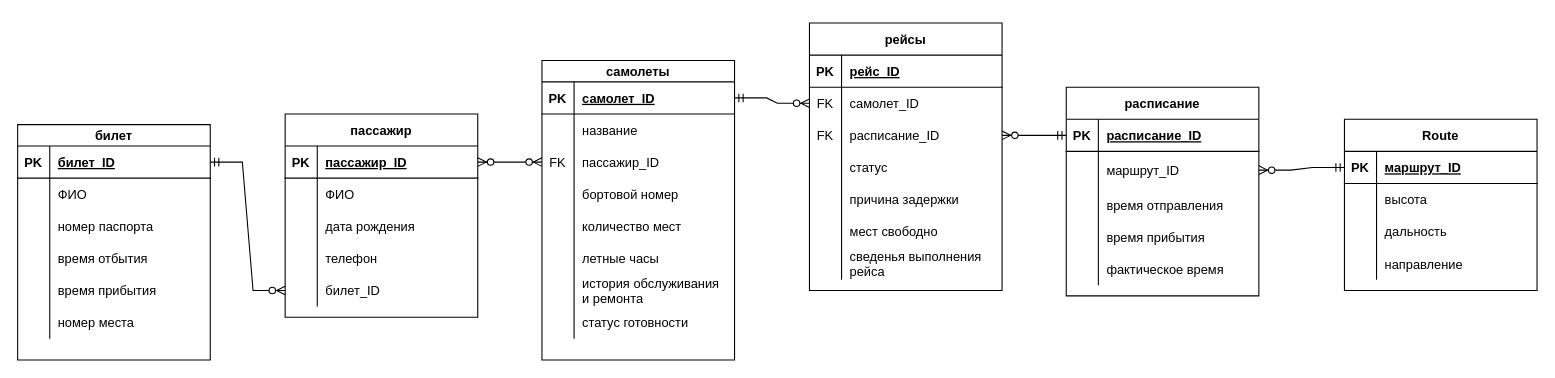
1DeMeNToR1/RocketModUpdater_32 keeps this draw.io diagram as ERRR.drawio. Above is the earlier version. Source tidied: cells renumbered, new cells numbered last; positions are measured from the earlier drawing's top-left corner, leaving out a move shared by most shapes. Both pictures are drawn from the tidied source at 107%, with x=0, y=0 at pixel (17, 22).
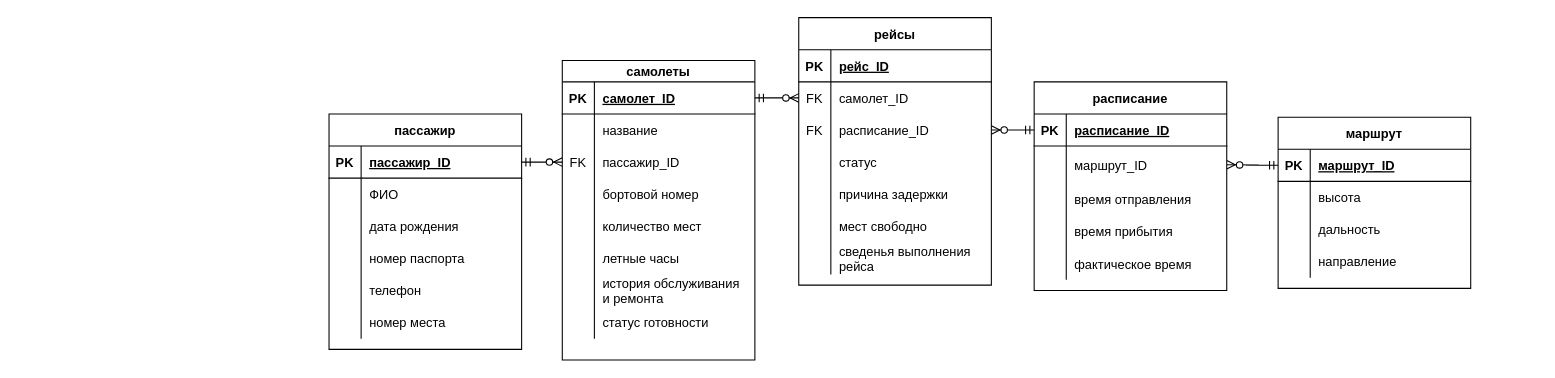
The same page after the edit.

The change refers to these unchanged cells:
```xml
<mxCell id="9" style="shape=tableRow;horizontal=0;startSize=0;swimlaneHead=0;swimlaneBody=0;fillColor=none;points=[[0,0.5],[1,0.5]];portConstraint=eastwest;top=0;left=0;right=0;bottom=0;" parent="2" vertex="1">
  <mxGeometry y="80" width="180" height="30" as="geometry" />
</mxCell>
<mxCell id="47" style="shape=tableRow;horizontal=0;startSize=0;swimlaneHead=0;swimlaneBody=0;fillColor=none;points=[[0,0.5],[1,0.5]];portConstraint=eastwest;top=0;left=0;right=0;bottom=1;" parent="46" vertex="1">
  <mxGeometry y="30" width="180" height="30" as="geometry" />
</mxCell>
```

Diff of the diagram source:
```diff
@@
     <mxCell id="2" value="самолеты" style="shape=table;startSize=20;childLayout=tableLayout;rowLines=0;fontStyle=1;align=center;" parent="1" vertex="1">
-      <mxGeometry x="490" y="35" width="180" height="280" as="geometry" />
+      <mxGeometry x="509" y="35" width="180" height="280" as="geometry" />
     </mxCell>
@@
-    <mxCell id="27" value="билет" style="shape=table;startSize=20;childLayout=tableLayout;rowLines=0;fontStyle=1;align=center;" parent="1" vertex="1">
-      <mxGeometry y="95" width="180" height="220" as="geometry" />
-    </mxCell>
-    <mxCell id="28" style="shape=tableRow;horizontal=0;startSize=0;swimlaneHead=0;swimlaneBody=0;fillColor=none;points=[[0,0.5],[1,0.5]];portConstraint=eastwest;top=0;left=0;right=0;bottom=1;" parent="27" vertex="1">
-      <mxGeometry y="20" width="180" height="30" as="geometry" />
-    </mxCell>
-    <mxCell id="29" value="PK" style="shape=partialRectangle;fillColor=none;top=0;left=0;bottom=0;right=0;fontStyle=1;overflow=hidden;" parent="28" vertex="1">
-      <mxGeometry width="30" height="30" as="geometry" />
-    </mxCell>
-    <mxCell id="30" value="билет_ID" style="shape=partialRectangle;fillColor=none;top=0;left=0;bottom=0;right=0;align=left;spacingLeft=6;fontStyle=5;overflow=hidden;" parent="28" vertex="1">
-      <mxGeometry x="30" width="150" height="30" as="geometry" />
-    </mxCell>
-    <mxCell id="31" style="shape=tableRow;horizontal=0;startSize=0;swimlaneHead=0;swimlaneBody=0;fillColor=none;top=0;left=0;right=0;bottom=0;" parent="27" vertex="1">
-      <mxGeometry y="50" width="180" height="30" as="geometry" />
-    </mxCell>
-    <mxCell id="32" style="shape=partialRectangle;fillColor=none;top=0;left=0;bottom=0;right=0;overflow=hidden;" parent="31" vertex="1">
-      <mxGeometry width="30" height="30" as="geometry" />
-    </mxCell>
-    <mxCell id="33" value="ФИО" style="shape=partialRectangle;fillColor=none;top=0;left=0;bottom=0;right=0;align=left;spacingLeft=6;overflow=hidden;" parent="31" vertex="1">
-      <mxGeometry x="30" width="150" height="30" as="geometry" />
-    </mxCell>
-    <mxCell id="34" style="shape=tableRow;horizontal=0;startSize=0;swimlaneHead=0;swimlaneBody=0;fillColor=none;top=0;left=0;right=0;bottom=0;" parent="27" vertex="1">
-      <mxGeometry y="80" width="180" height="30" as="geometry" />
-    </mxCell>
-    <mxCell id="35" style="shape=partialRectangle;fillColor=none;top=0;left=0;bottom=0;right=0;overflow=hidden;" parent="34" vertex="1">
-      <mxGeometry width="30" height="30" as="geometry" />
-    </mxCell>
-    <mxCell id="36" value="номер паспорта" style="shape=partialRectangle;fillColor=none;top=0;left=0;bottom=0;right=0;align=left;spacingLeft=6;overflow=hidden;" parent="34" vertex="1">
-      <mxGeometry x="30" width="150" height="30" as="geometry" />
-    </mxCell>
-    <mxCell id="37" style="shape=tableRow;horizontal=0;startSize=0;swimlaneHead=0;swimlaneBody=0;fillColor=none;top=0;left=0;right=0;bottom=0;" parent="27" vertex="1">
-      <mxGeometry y="110" width="180" height="30" as="geometry" />
-    </mxCell>
-    <mxCell id="38" style="shape=partialRectangle;fillColor=none;top=0;left=0;bottom=0;right=0;overflow=hidden;" parent="37" vertex="1">
-      <mxGeometry width="30" height="30" as="geometry" />
-    </mxCell>
-    <mxCell id="39" value="время отбытия" style="shape=partialRectangle;fillColor=none;top=0;left=0;bottom=0;right=0;align=left;spacingLeft=6;overflow=hidden;" parent="37" vertex="1">
-      <mxGeometry x="30" width="150" height="30" as="geometry" />
-    </mxCell>
-    <mxCell id="40" style="shape=tableRow;horizontal=0;startSize=0;swimlaneHead=0;swimlaneBody=0;fillColor=none;top=0;left=0;right=0;bottom=0;" parent="27" vertex="1">
-      <mxGeometry y="140" width="180" height="30" as="geometry" />
-    </mxCell>
-    <mxCell id="41" style="shape=partialRectangle;fillColor=none;top=0;left=0;bottom=0;right=0;overflow=hidden;" parent="40" vertex="1">
-      <mxGeometry width="30" height="30" as="geometry" />
-    </mxCell>
-    <mxCell id="42" value="время прибытия" style="shape=partialRectangle;fillColor=none;top=0;left=0;bottom=0;right=0;align=left;spacingLeft=6;overflow=hidden;" parent="40" vertex="1">
-      <mxGeometry x="30" width="150" height="30" as="geometry" />
-    </mxCell>
-    <mxCell id="43" style="shape=tableRow;horizontal=0;startSize=0;swimlaneHead=0;swimlaneBody=0;fillColor=none;top=0;left=0;right=0;bottom=0;" parent="27" vertex="1">
-      <mxGeometry y="170" width="180" height="30" as="geometry" />
-    </mxCell>
-    <mxCell id="44" style="shape=partialRectangle;fillColor=none;top=0;left=0;bottom=0;right=0;overflow=hidden;" parent="43" vertex="1">
-      <mxGeometry width="30" height="30" as="geometry" />
-    </mxCell>
-    <mxCell id="45" value="номер места" style="shape=partialRectangle;fillColor=none;top=0;left=0;bottom=0;right=0;align=left;spacingLeft=6;overflow=hidden;" parent="43" vertex="1">
-      <mxGeometry x="30" width="150" height="30" as="geometry" />
-    </mxCell>
     <mxCell id="46" value="пассажир" style="shape=table;startSize=30;childLayout=tableLayout;rowLines=0;fontStyle=1;align=center;" parent="1" vertex="1">
-      <mxGeometry x="250" y="85" width="180" height="190" as="geometry" />
+      <mxGeometry x="291" y="85" width="180" height="220" as="geometry" />
     </mxCell>
@@
+    <mxCell id="34" style="shape=tableRow;horizontal=0;startSize=0;swimlaneHead=0;swimlaneBody=0;fillColor=none;top=0;left=0;right=0;bottom=0;" parent="46" vertex="1">
+      <mxGeometry y="120" width="180" height="30" as="geometry" />
+    </mxCell>
+    <mxCell id="35" style="shape=partialRectangle;fillColor=none;top=0;left=0;bottom=0;right=0;overflow=hidden;" parent="34" vertex="1">
+      <mxGeometry width="30" height="30" as="geometry" />
+    </mxCell>
+    <mxCell id="36" value="номер паспорта" style="shape=partialRectangle;fillColor=none;top=0;left=0;bottom=0;right=0;align=left;spacingLeft=6;overflow=hidden;" parent="34" vertex="1">
+      <mxGeometry x="30" width="150" height="30" as="geometry" />
+    </mxCell>
     <mxCell id="56" style="shape=tableRow;horizontal=0;startSize=0;swimlaneHead=0;swimlaneBody=0;fillColor=none;top=0;left=0;right=0;bottom=0;" parent="46" vertex="1">
-      <mxGeometry y="120" width="180" height="30" as="geometry" />
+      <mxGeometry y="150" width="180" height="30" as="geometry" />
     </mxCell>
@@
-    <mxCell id="59" style="shape=tableRow;horizontal=0;startSize=0;swimlaneHead=0;swimlaneBody=0;fillColor=none;points=[[0,0.5],[1,0.5]];portConstraint=eastwest;top=0;left=0;right=0;bottom=0;" parent="46" vertex="1">
-      <mxGeometry y="150" width="180" height="30" as="geometry" />
-    </mxCell>
-    <mxCell id="60" style="shape=partialRectangle;fillColor=none;top=0;left=0;bottom=0;right=0;overflow=hidden;" parent="59" vertex="1">
-      <mxGeometry width="30" height="30" as="geometry" />
-    </mxCell>
-    <mxCell id="61" value="билет_ID" style="shape=partialRectangle;fillColor=none;top=0;left=0;bottom=0;right=0;align=left;spacingLeft=6;overflow=hidden;" parent="59" vertex="1">
-      <mxGeometry x="30" width="150" height="30" as="geometry" />
-    </mxCell>
+    <mxCell id="43" style="shape=tableRow;horizontal=0;startSize=0;swimlaneHead=0;swimlaneBody=0;fillColor=none;top=0;left=0;right=0;bottom=0;" parent="46" vertex="1">
+      <mxGeometry y="180" width="180" height="30" as="geometry" />
+    </mxCell>
+    <mxCell id="44" style="shape=partialRectangle;fillColor=none;top=0;left=0;bottom=0;right=0;overflow=hidden;" parent="43" vertex="1">
+      <mxGeometry width="30" height="30" as="geometry" />
+    </mxCell>
+    <mxCell id="45" value="номер места" style="shape=partialRectangle;fillColor=none;top=0;left=0;bottom=0;right=0;align=left;spacingLeft=6;overflow=hidden;" parent="43" vertex="1">
+      <mxGeometry x="30" width="150" height="30" as="geometry" />
+    </mxCell>
     <mxCell id="62" value="расписание" style="shape=table;startSize=30;childLayout=tableLayout;rowLines=0;fontStyle=1;align=center;" parent="1" vertex="1">
-      <mxGeometry x="980" y="60" width="180" height="195" as="geometry" />
+      <mxGeometry x="950" y="55" width="180" height="195" as="geometry" />
     </mxCell>
@@
     <mxCell id="78" value="рейсы" style="shape=table;startSize=30;childLayout=tableLayout;rowLines=0;fontStyle=1;align=center;" parent="1" vertex="1">
-      <mxGeometry x="740" width="180" height="250" as="geometry" />
+      <mxGeometry x="730" y="-5" width="180" height="250" as="geometry" />
     </mxCell>
@@
-    <mxCell id="100" value="Route" style="shape=table;startSize=30;childLayout=tableLayout;rowLines=0;fontStyle=1;align=center;" parent="1" vertex="1">
-      <mxGeometry x="1240" y="90" width="180" height="160" as="geometry" />
+    <mxCell id="100" value="маршрут" style="shape=table;startSize=30;childLayout=tableLayout;rowLines=0;fontStyle=1;align=center;" parent="1" vertex="1">
+      <mxGeometry x="1178" y="88" width="180" height="160" as="geometry" />
     </mxCell>
@@
-    <mxCell id="116" style="edgeStyle=entityRelationEdgeStyle;fontSize=12;html=1;endArrow=ERzeroToMany;endFill=1;startArrow=ERzeroToMany;rounded=0;exitX=1;exitY=0.5;exitDx=0;exitDy=0;" parent="1" edge="1" source="47" target="9">
+    <mxCell id="116" style="edgeStyle=entityRelationEdgeStyle;fontSize=12;html=1;endArrow=ERzeroToMany;startArrow=ERmandOne;rounded=0;entryX=0;entryY=0.5;entryDx=0;entryDy=0;exitX=1;exitY=0.5;exitDx=0;exitDy=0;" parent="1" edge="1" source="47" target="9">
       <mxGeometry relative="1" as="geometry" />
     </mxCell>
-    <mxCell id="117" style="edgeStyle=entityRelationEdgeStyle;fontSize=12;html=1;endArrow=ERzeroToMany;startArrow=ERmandOne;rounded=0;exitX=1;exitY=0.5;exitDx=0;exitDy=0;entryX=0;entryY=0.5;entryDx=0;entryDy=0;" parent="1" edge="1" source="28" target="59">
-      <mxGeometry relative="1" as="geometry" />
-    </mxCell>
```
